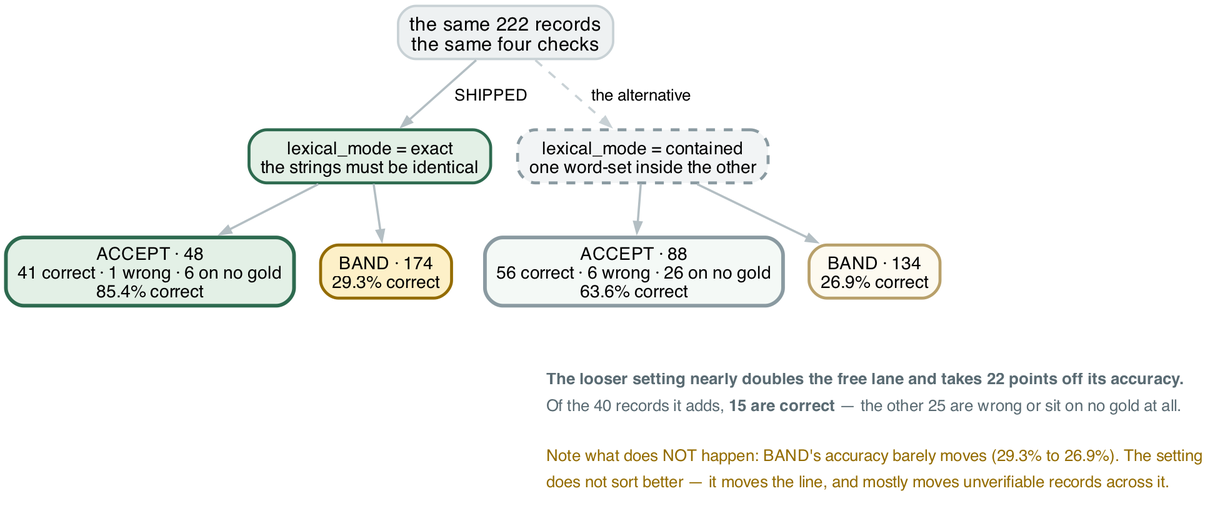
The Graphviz diagram docs/figures/fig11-lexmode.png in wbagais/reliability-ladder, before a commit. Its source is kept beside it as docs/figures/fig11-lexmode.dot.
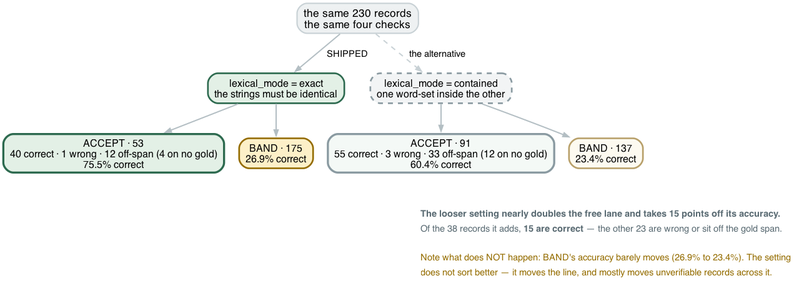
Above is the later version.

What changed in the source:
```diff
@@ -4,18 +4,18 @@
         color="#c8d1d5" penwidth=1.2];
   edge [color="#b3bec3" penwidth=1.5 arrowsize=0.7 fontname="Helvetica" fontsize=11];
 
-  in [label="the same 222 records\nthe same four checks" fillcolor="#eef1f2" fontsize=13 penwidth=1.6];
+  in [label="the same 230 records\nthe same four checks" fillcolor="#eef1f2" fontsize=13 penwidth=1.6];
 
   ex [label="lexical_mode = exact\nthe strings must be identical" fillcolor="#e3f0e6" color="#2d6a4f" penwidth=2];
   co [label="lexical_mode = contained\none word-set inside the other" fillcolor="#f2f4f5" color="#8a9aa1" penwidth=2 style="filled,rounded,dashed"];
 
-  exa [label="ACCEPT · 48\n41 correct · 1 wrong · 6 on no gold\n85.4% correct"
+  exa [label="ACCEPT · 53\n40 correct · 1 wrong · 12 off-span (4 on no gold)\n75.5% correct"
        fillcolor="#e3f0e6" color="#2d6a4f" penwidth=2.5];
-  exb [label="BAND · 174\n29.3% correct" fillcolor="#fdf0c8" color="#946c00" penwidth=2];
+  exb [label="BAND · 175\n26.9% correct" fillcolor="#fdf0c8" color="#946c00" penwidth=2];
 
-  coa [label="ACCEPT · 88\n56 correct · 6 wrong · 26 on no gold\n63.6% correct"
+  coa [label="ACCEPT · 91\n55 correct · 3 wrong · 33 off-span (12 on no gold)\n60.4% correct"
        fillcolor="#f4f9f6" color="#8a9aa1" penwidth=2.5];
-  cob [label="BAND · 134\n26.9% correct" fillcolor="#fdfaf0" color="#b8a06a" penwidth=2];
+  cob [label="BAND · 137\n23.4% correct" fillcolor="#fdfaf0" color="#b8a06a" penwidth=2];
 
   in -> ex [label="  SHIPPED  "]; in -> co [label="  the alternative  " style=dashed color="#c8d1d5"];
   ex -> exa; ex -> exb;
@@ -26,10 +26,10 @@
 
   note [shape=plaintext style="" fillcolor="white"
         label=<<TABLE BORDER="0" CELLBORDER="0" CELLSPACING="0" CELLPADDING="3">
-        <TR><TD ALIGN="LEFT"><FONT POINT-SIZE="11" COLOR="#5a6b73"><B>The looser setting nearly doubles the free lane and takes 22 points off its accuracy.</B></FONT></TD></TR>
-        <TR><TD ALIGN="LEFT"><FONT POINT-SIZE="11" COLOR="#5a6b73">Of the 40 records it adds, <B>15 are correct</B> — the other 25 are wrong or sit on no gold at all.</FONT></TD></TR>
+        <TR><TD ALIGN="LEFT"><FONT POINT-SIZE="11" COLOR="#5a6b73"><B>The looser setting nearly doubles the free lane and takes 15 points off its accuracy.</B></FONT></TD></TR>
+        <TR><TD ALIGN="LEFT"><FONT POINT-SIZE="11" COLOR="#5a6b73">Of the 38 records it adds, <B>15 are correct</B> — the other 23 are wrong or sit off the gold span.</FONT></TD></TR>
         <TR><TD ALIGN="LEFT"><FONT POINT-SIZE="8"> </FONT></TD></TR>
-        <TR><TD ALIGN="LEFT"><FONT POINT-SIZE="11" COLOR="#946c00">Note what does NOT happen: BAND's accuracy barely moves (29.3% to 26.9%). The setting</FONT></TD></TR>
+        <TR><TD ALIGN="LEFT"><FONT POINT-SIZE="11" COLOR="#946c00">Note what does NOT happen: BAND's accuracy barely moves (26.9% to 23.4%). The setting</FONT></TD></TR>
         <TR><TD ALIGN="LEFT"><FONT POINT-SIZE="11" COLOR="#946c00">does not sort better — it moves the line, and mostly moves unverifiable records across it.</FONT></TD></TR>
         </TABLE>>];
   cob -> note [style=invis];
```
